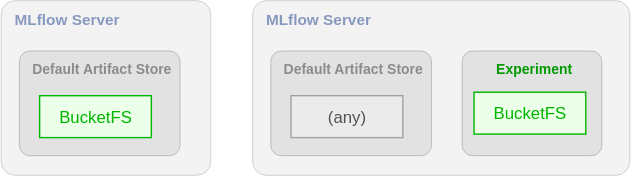
Before: doc/user_guide/img/enabling-bucketfs-artifact-store.svg, a diagram exported from draw.io (exasol/mlflow-plugin). Source tidied: cells renumbered, new cells last; positions are measured from the earlier drawing's top-left corner, leaving out a move shared by most shapes.
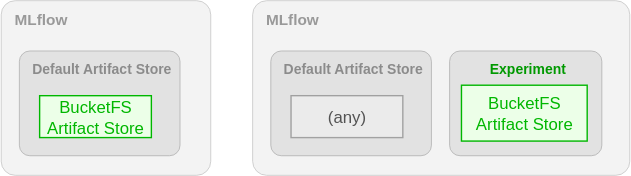
Later version of the same file.

Commit message:
#61: Added documentation for accessing MLflow AI Gateways from UDFs

The edit, as a diff of the source:
```diff
@@ -2,19 +2,19 @@
   <root>
     <mxCell id="0" />
     <mxCell id="1" parent="0" />
-    <mxCell id="2" value="MLflow Server" style="rounded=1;whiteSpace=wrap;html=1;verticalAlign=top;arcSize=8;fillColor=#F3F3F3;fontColor=#8899BF;strokeColor=#BFBFBF;fontStyle=1;fontSize=11;spacingTop=1;strokeWidth=0.5;align=left;spacingLeft=8;fontFamily=Helvetica;" parent="1" vertex="1">
+    <mxCell id="2" value="MLflow&amp;nbsp;" style="rounded=1;whiteSpace=wrap;html=1;verticalAlign=top;arcSize=8;fillColor=#F3F3F3;fontColor=#999999;strokeColor=#BFBFBF;fontStyle=1;fontSize=11;spacingTop=1;strokeWidth=0.5;align=left;spacingLeft=8;fontFamily=Helvetica;" parent="1" vertex="1">
       <mxGeometry x="180" width="270" height="125" as="geometry" />
     </mxCell>
     <mxCell id="3" value="&lt;span style=&quot;&quot;&gt;Experiment&lt;/span&gt;" style="rounded=1;whiteSpace=wrap;html=1;verticalAlign=top;arcSize=10;fillColor=#E2E2E2;fontColor=#009900;strokeColor=#A7A7A7;fontStyle=1;fontSize=10;spacingTop=1;strokeWidth=0.5;align=center;spacingLeft=4;fontFamily=Helvetica;" parent="1" vertex="1">
-      <mxGeometry x="330" y="36" width="100" height="75" as="geometry" />
+      <mxGeometry x="321" y="36" width="109" height="75" as="geometry" />
     </mxCell>
-    <mxCell id="4" value="MLflow Server" style="rounded=1;whiteSpace=wrap;html=1;verticalAlign=top;arcSize=8;fillColor=#F3F3F3;fontColor=#8899BF;strokeColor=#BFBFBF;fontStyle=1;fontSize=11;spacingTop=1;strokeWidth=0.5;align=left;spacingLeft=8;fontFamily=Helvetica;" parent="1" vertex="1">
+    <mxCell id="4" value="MLflow&amp;nbsp;" style="rounded=1;whiteSpace=wrap;html=1;verticalAlign=top;arcSize=8;fillColor=#F3F3F3;fontColor=#999999;strokeColor=#BFBFBF;fontStyle=1;fontSize=11;spacingTop=1;strokeWidth=0.5;align=left;spacingLeft=8;fontFamily=Helvetica;" parent="1" vertex="1">
       <mxGeometry width="150" height="125" as="geometry" />
     </mxCell>
     <mxCell id="5" value="&lt;span style=&quot;&quot;&gt;Default Artifact Store&lt;/span&gt;" style="rounded=1;whiteSpace=wrap;html=1;verticalAlign=top;arcSize=10;fillColor=#E2E2E2;fontColor=#8B8B8B;strokeColor=#A7A7A7;fontStyle=1;fontSize=10;spacingTop=1;strokeWidth=0.5;align=center;spacingLeft=4;fontFamily=Helvetica;" parent="1" vertex="1">
       <mxGeometry x="13" y="36" width="115" height="75" as="geometry" />
     </mxCell>
-    <mxCell id="6" value="BucketFS" style="rounded=0;whiteSpace=wrap;html=1;fillColor=#ECFFE8;strokeColor=#00B700;fontColor=#00B700;align=center;verticalAlign=middle;fontFamily=Helvetica;fontSize=12;" parent="1" vertex="1">
+    <mxCell id="6" value="BucketFS&lt;br&gt;Artifact Store" style="rounded=0;whiteSpace=wrap;html=1;fillColor=#ECFFE8;strokeColor=#00B700;fontColor=#00B700;align=center;verticalAlign=middle;fontFamily=Helvetica;fontSize=12;" parent="1" vertex="1">
       <mxGeometry x="28" y="68.5" width="80" height="30" as="geometry" />
     </mxCell>
     <mxCell id="7" value="&lt;span style=&quot;&quot;&gt;Default Artifact Store&lt;/span&gt;" style="rounded=1;whiteSpace=wrap;html=1;verticalAlign=top;arcSize=10;fillColor=#E2E2E2;fontColor=#8B8B8B;strokeColor=#A7A7A7;fontStyle=1;fontSize=10;spacingTop=1;strokeWidth=0.5;align=center;spacingLeft=4;fontFamily=Helvetica;" parent="1" vertex="1">
@@ -23,8 +23,8 @@
     <mxCell id="8" value="(any)" style="rounded=0;whiteSpace=wrap;html=1;opacity=30;fontColor=#535353;" parent="1" vertex="1">
       <mxGeometry x="208" y="68.5" width="80" height="30" as="geometry" />
     </mxCell>
-    <mxCell id="9" value="BucketFS" style="rounded=0;whiteSpace=wrap;html=1;strokeColor=#00B700;align=center;verticalAlign=middle;fontFamily=Helvetica;fontSize=12;fontColor=#00B700;fillColor=#ECFFE8;" parent="1" vertex="1">
-      <mxGeometry x="339" y="66" width="80" height="30" as="geometry" />
+    <mxCell id="9" value="BucketFS&lt;br&gt;Artifact Store" style="rounded=0;whiteSpace=wrap;html=1;strokeColor=#00B700;align=center;verticalAlign=middle;fontFamily=Helvetica;fontSize=12;fontColor=#00B700;fillColor=#ECFFE8;" parent="1" vertex="1">
+      <mxGeometry x="330" y="61" width="90" height="40" as="geometry" />
     </mxCell>
   </root>
 </mxGraphModel>
```
